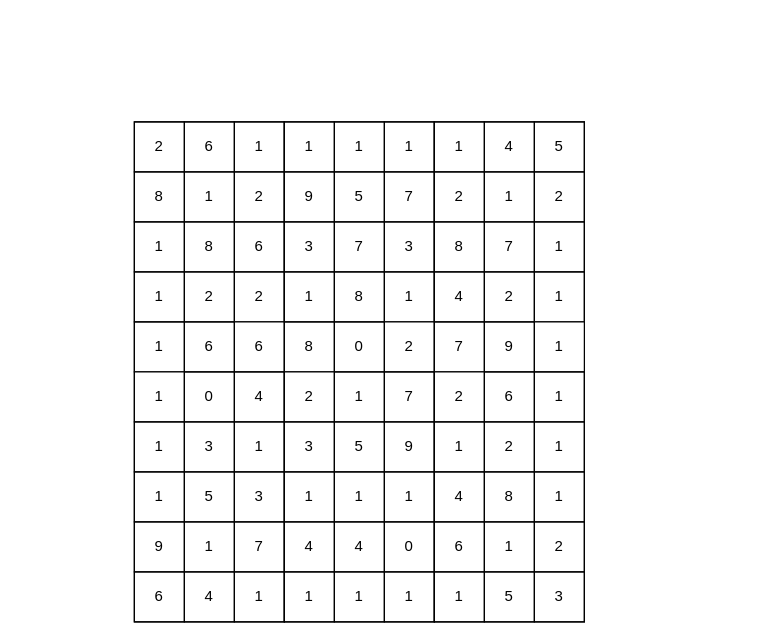
AlteMelberten/DRAWIO keeps this draw.io diagram as Codierung.drawio. Above is the earlier version. Source tidied: cells renumbered, new cells numbered last; positions are measured from the earlier drawing's top-left corner, leaving out a move shared by most shapes. Both pictures are drawn from the tidied source at 125%, with x=0, y=0 at pixel (134, 121).
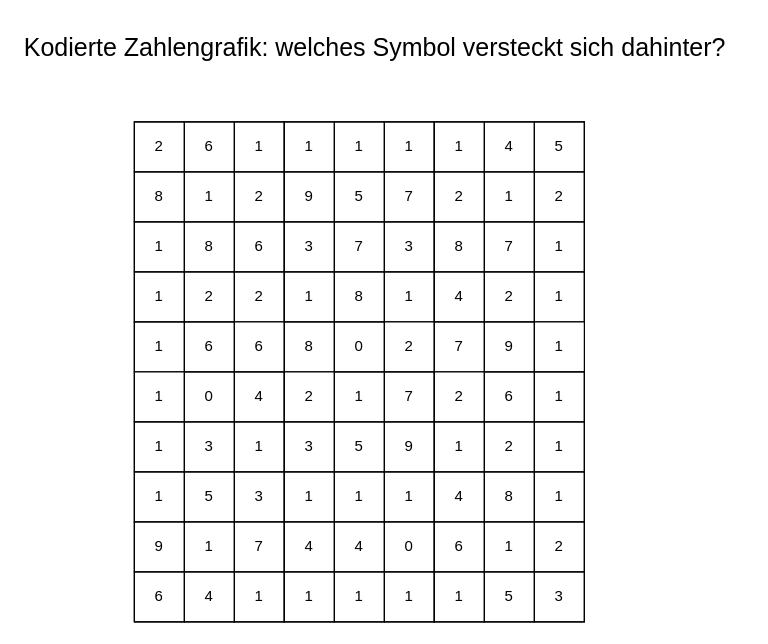
The same diagram, later.

The edit, as a diff of the source:
```diff
@@
-<mxGraphModel>
+<mxGraphModel background="#FFFFFF">
@@
+    <mxCell id="125" value="&lt;div align=&quot;left&quot;&gt;Kodierte Zahlengrafik: welches Symbol versteckt sich dahinter?&lt;/div&gt;" style="text;html=1;align=left;verticalAlign=middle;strokeColor=none;fillColor=none;fontSize=20;" parent="1" vertex="1">
+      <mxGeometry x="-90" y="-80" width="580" height="40" as="geometry" />
+    </mxCell>
```
